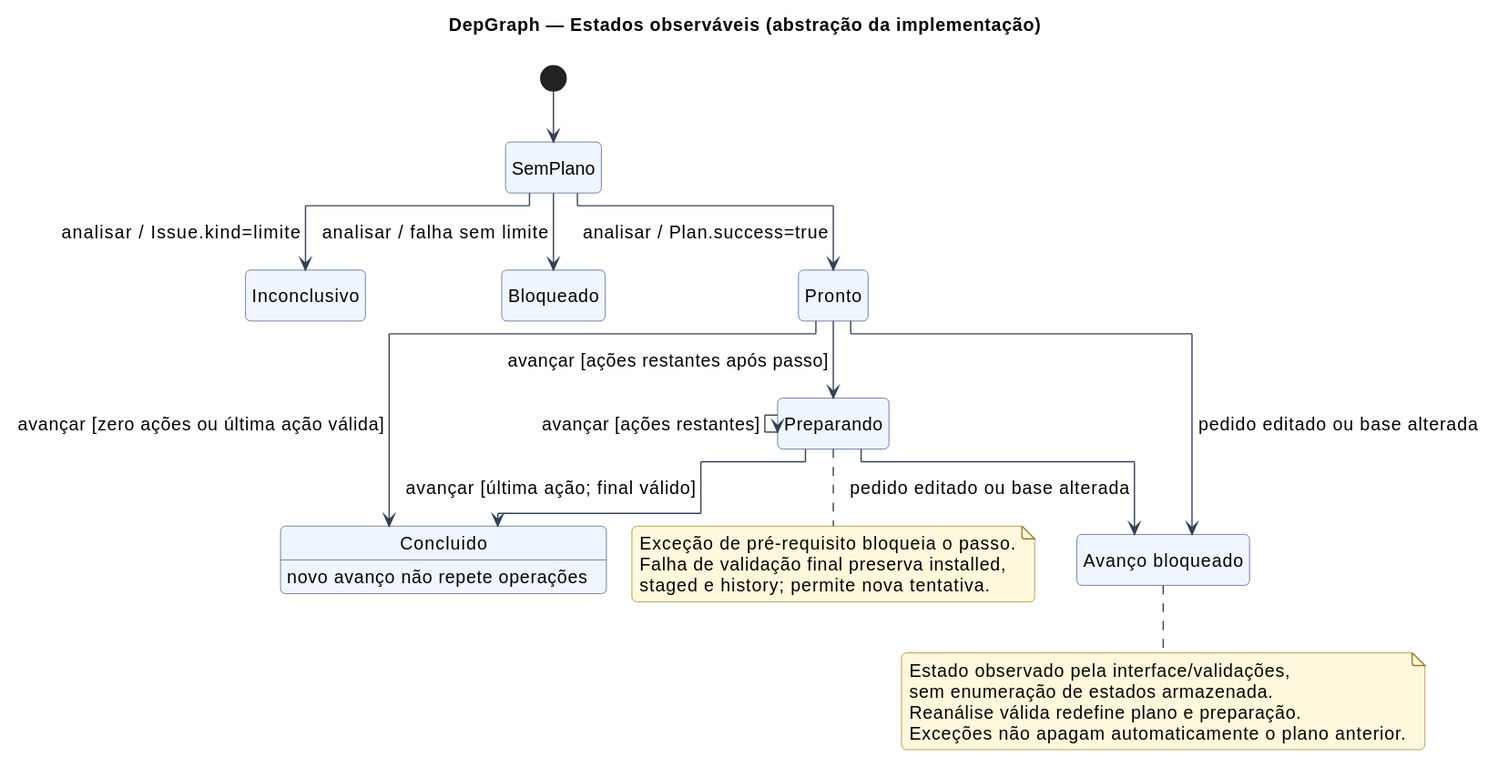
Before: docs/modelagem/imagens/07-estados.svg, a diagram exported from PlantUML (caiokfuri/gestaoDependencias).
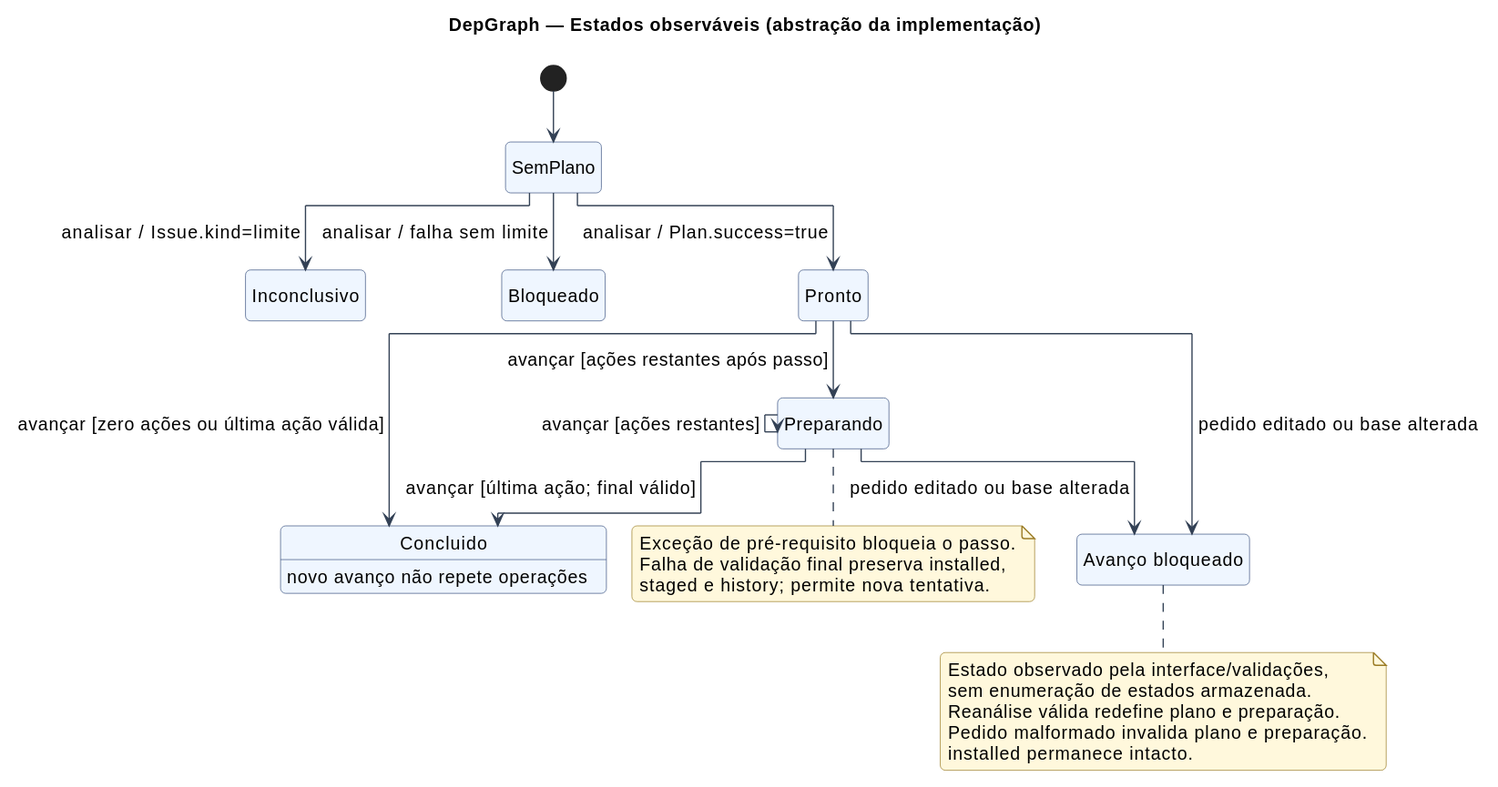
Later version of the same file.

Change to the diagram source:
```diff
@@ -25,7 +25,8 @@
  Estado observado pela interface/validações,
  sem enumeração de estados armazenada.
  Reanálise válida redefine plano e preparação.
- Exceções não apagam automaticamente o plano anterior.
+ Pedido malformado invalida plano e preparação.
+ installed permanece intacto.
 end note
 note bottom of Preparando
  Exceção de pré-requisito bloqueia o passo.
```
